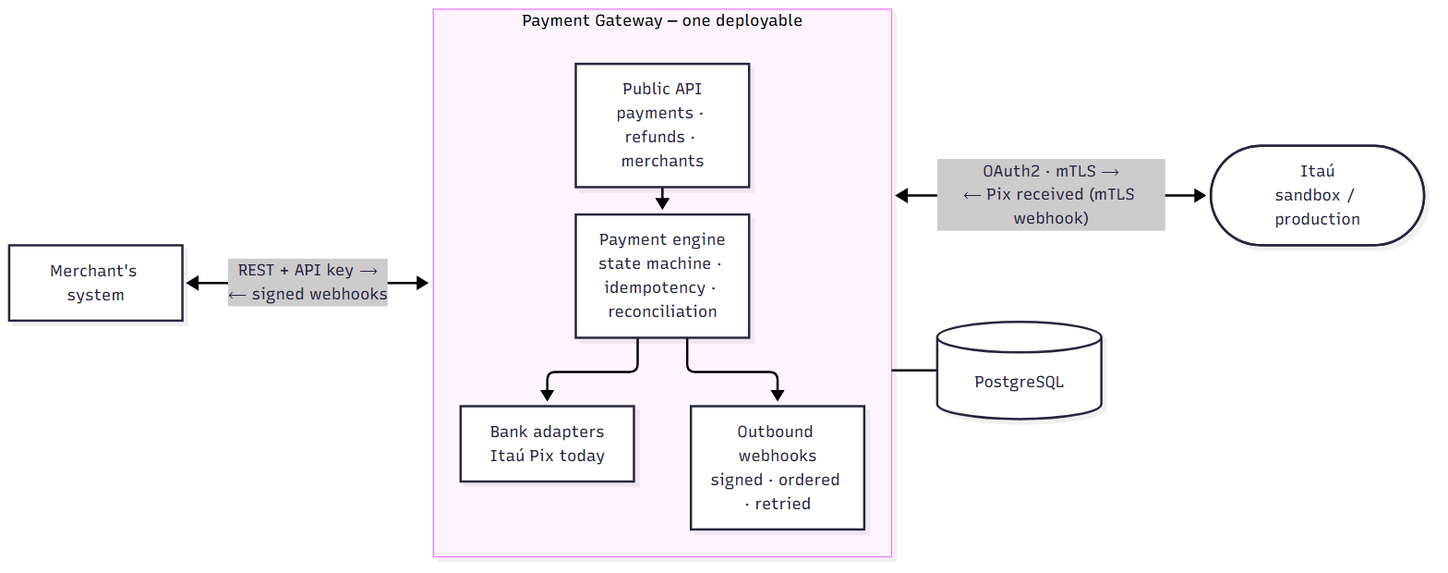
Before: docs/diagrams/overview.png, a diagram exported from Mermaid (leonardolermen/payment-gateway). Its source is kept beside it as docs/diagrams/overview.mmd.
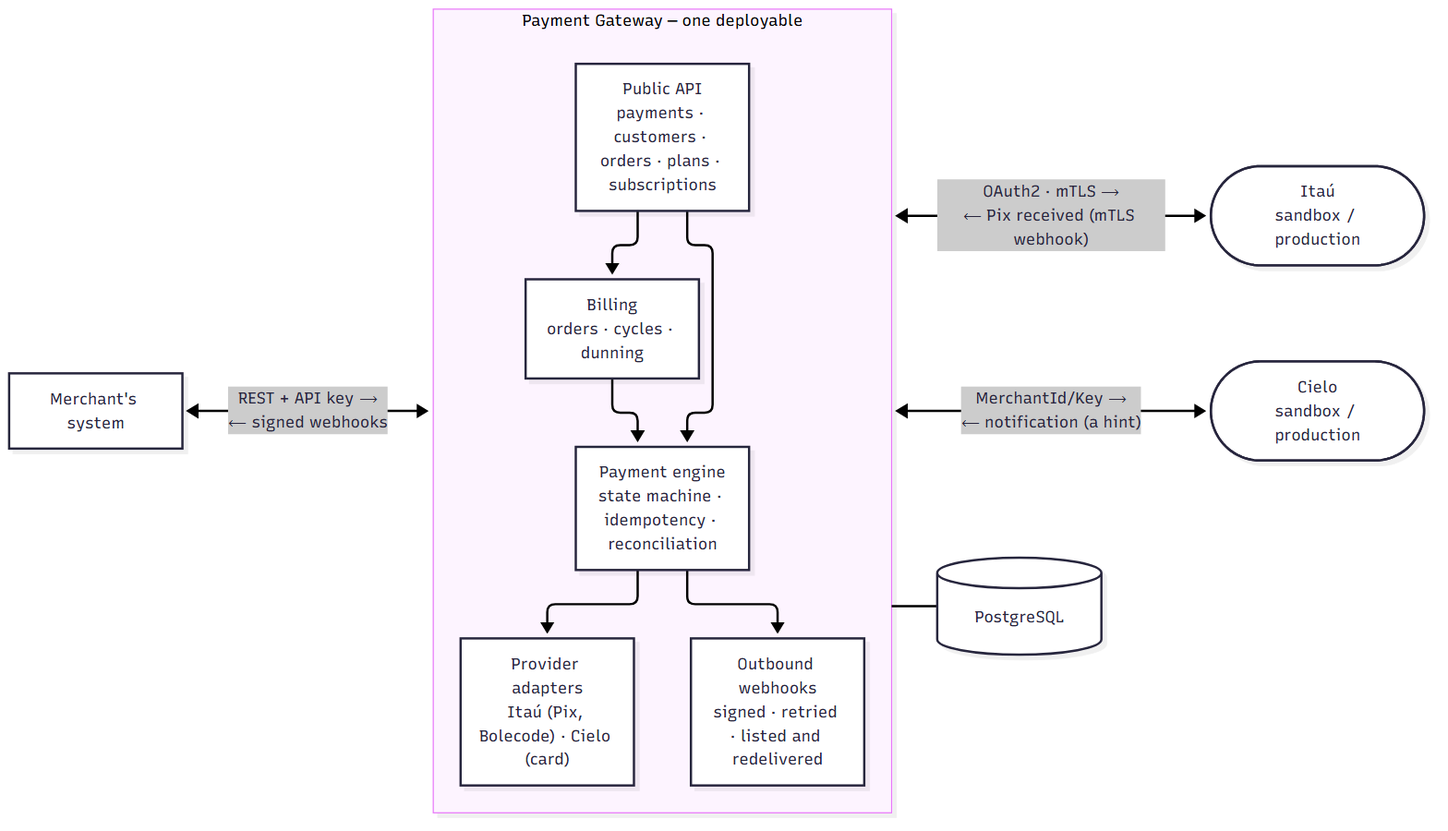
After the commit.

The edit, as a diff of the source:
```diff
@@ -2,17 +2,22 @@
   M["Merchant's system"]
   subgraph GW["Payment Gateway — one deployable"]
     direction TB
-    API["Public API<br/>payments · refunds · merchants"]
+    API["Public API<br/>payments · customers · orders · plans · subscriptions"]
+    BILL["Billing<br/>orders · cycles · dunning"]
     CORE["Payment engine<br/>state machine · idempotency · reconciliation"]
-    PROV["Bank adapters<br/>Itaú Pix today"]
-    OUT["Outbound webhooks<br/>signed · ordered · retried"]
+    PROV["Provider adapters<br/>Itaú (Pix, Bolecode) · Cielo (card)"]
+    OUT["Outbound webhooks<br/>signed · retried · listed and redelivered"]
+    API --> BILL
     API --> CORE
+    BILL --> CORE
     CORE --> PROV
     CORE --> OUT
   end
-  BANK(["Itaú<br/>sandbox / production"])
+  ITAU(["Itaú<br/>sandbox / production"])
+  CIELO(["Cielo<br/>sandbox / production"])
   DB[("PostgreSQL")]
 
   M <-- "REST + API key ⟶<br/>⟵ signed webhooks" --> GW
-  GW <-- "OAuth2 · mTLS ⟶<br/>⟵ Pix received (mTLS webhook)" --> BANK
+  GW <-- "OAuth2 · mTLS ⟶<br/>⟵ Pix received (mTLS webhook)" --> ITAU
+  GW <-- "MerchantId/Key ⟶<br/>⟵ notification (a hint)" --> CIELO
   GW --- DB
```
